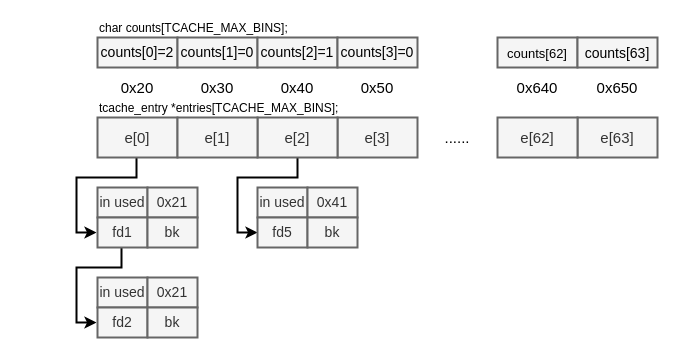
Before: CTF_pic/tcache.drawio in kokifish/pictures, a draw.io diagram. Source tidied: cells renumbered, new cells numbered last; positions are measured from the earlier drawing's top-left corner, leaving out a move shared by most shapes. Both pictures are drawn from the tidied source at 100%, with x=0, y=0 at pixel (76, 17).
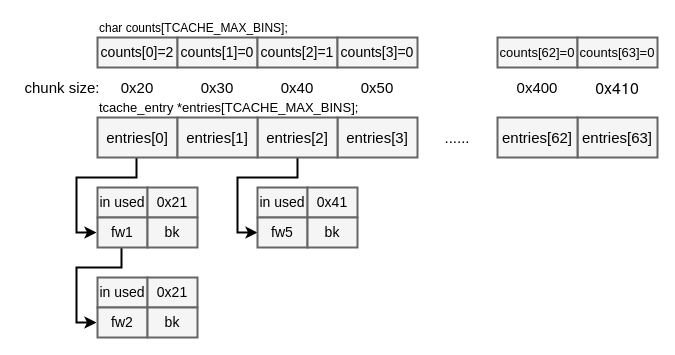
The same page after the edit.

The edit, as a diff of the source:
```diff
@@
-    <mxCell id="2" style="edgeStyle=orthogonalEdgeStyle;rounded=0;orthogonalLoop=1;jettySize=auto;html=1;exitX=0.5;exitY=1;exitDx=0;exitDy=0;entryX=0;entryY=0.5;entryDx=0;entryDy=0;fontSize=13;spacing=2;strokeWidth=2;" parent="1" edge="1">
+    <mxCell id="2" style="edgeStyle=orthogonalEdgeStyle;rounded=0;orthogonalLoop=1;jettySize=auto;html=1;exitX=0.5;exitY=1;exitDx=0;exitDy=0;entryX=0;entryY=0.5;entryDx=0;entryDy=0;fontSize=13;spacing=2;strokeWidth=2;fontColor=#000000;" parent="1" edge="1">
       <mxGeometry relative="1" as="geometry">
         <mxPoint x="60" y="140" as="sourcePoint" />
         <mxPoint x="20" y="215" as="targetPoint" />
         <Array as="points">
           <mxPoint x="60" y="160" />
           <mxPoint y="160" />
           <mxPoint y="215" />
         </Array>
       </mxGeometry>
     </mxCell>
-    <mxCell id="3" value="e[0]" style="rounded=0;whiteSpace=wrap;html=1;fillColor=#f5f5f5;strokeColor=#666666;fontColor=#333333;fontSize=15;strokeWidth=2;" parent="1" vertex="1">
+    <mxCell id="3" value="entries[0]" style="rounded=0;whiteSpace=wrap;html=1;fillColor=#f5f5f5;strokeColor=#666666;fontSize=15;strokeWidth=2;fontColor=#000000;" parent="1" vertex="1">
       <mxGeometry x="21" y="100" width="80" height="40" as="geometry" />
     </mxCell>
-    <mxCell id="4" value="&lt;span style=&quot;font-size: 15px&quot;&gt;e[63]&lt;/span&gt;" style="rounded=0;whiteSpace=wrap;html=1;fillColor=#f5f5f5;strokeColor=#666666;fontColor=#333333;fontSize=15;strokeWidth=2;" parent="1" vertex="1">
+    <mxCell id="4" value="entries[63]" style="rounded=0;whiteSpace=wrap;html=1;fillColor=#f5f5f5;strokeColor=#666666;fontSize=15;strokeWidth=2;fontColor=#000000;" parent="1" vertex="1">
       <mxGeometry x="501" y="100" width="80" height="40" as="geometry" />
     </mxCell>
-    <mxCell id="5" value="&lt;span style=&quot;font-size: 15px&quot;&gt;e[62]&lt;/span&gt;" style="rounded=0;whiteSpace=wrap;html=1;fillColor=#f5f5f5;strokeColor=#666666;fontColor=#333333;fontSize=15;strokeWidth=2;" parent="1" vertex="1">
+    <mxCell id="5" value="entries[62]" style="rounded=0;whiteSpace=wrap;html=1;fillColor=#f5f5f5;strokeColor=#666666;fontSize=15;strokeWidth=2;fontColor=#000000;" parent="1" vertex="1">
       <mxGeometry x="421" y="100" width="80" height="40" as="geometry" />
     </mxCell>
-    <mxCell id="6" value="&lt;span style=&quot;font-size: 15px&quot;&gt;e[3]&lt;/span&gt;" style="rounded=0;whiteSpace=wrap;html=1;fillColor=#f5f5f5;strokeColor=#666666;fontColor=#333333;fontSize=15;strokeWidth=2;" parent="1" vertex="1">
+    <mxCell id="6" value="entries[3]" style="rounded=0;whiteSpace=wrap;html=1;fillColor=#f5f5f5;strokeColor=#666666;fontSize=15;strokeWidth=2;fontColor=#000000;" parent="1" vertex="1">
       <mxGeometry x="261" y="100" width="80" height="40" as="geometry" />
     </mxCell>
-    <mxCell id="7" style="edgeStyle=orthogonalEdgeStyle;rounded=0;jettySize=auto;html=1;exitX=0.5;exitY=1;exitDx=0;exitDy=0;entryX=0;entryY=0.5;entryDx=0;entryDy=0;fontSize=15;strokeWidth=2;" parent="1" edge="1" source="8" target="36">
+    <mxCell id="7" style="edgeStyle=orthogonalEdgeStyle;rounded=0;jettySize=auto;html=1;exitX=0.5;exitY=1;exitDx=0;exitDy=0;entryX=0;entryY=0.5;entryDx=0;entryDy=0;fontSize=15;strokeWidth=2;fontColor=#000000;" parent="1" edge="1" source="8" target="36">
       <mxGeometry relative="1" as="geometry">
         <Array as="points">
           <mxPoint x="221" y="160" />
           <mxPoint x="161" y="160" />
           <mxPoint x="161" y="215" />
         </Array>
       </mxGeometry>
     </mxCell>
-    <mxCell id="8" value="&lt;span style=&quot;font-size: 15px&quot;&gt;e[2]&lt;/span&gt;" style="rounded=0;whiteSpace=wrap;html=1;fillColor=#f5f5f5;strokeColor=#666666;fontColor=#333333;fontSize=15;strokeWidth=2;" parent="1" vertex="1">
+    <mxCell id="8" value="entries[2]" style="rounded=0;whiteSpace=wrap;html=1;fillColor=#f5f5f5;strokeColor=#666666;fontSize=15;strokeWidth=2;fontColor=#000000;" parent="1" vertex="1">
       <mxGeometry x="181" y="100" width="80" height="40" as="geometry" />
     </mxCell>
-    <mxCell id="9" value="&lt;span style=&quot;font-size: 15px&quot;&gt;e[1]&lt;/span&gt;" style="rounded=0;whiteSpace=wrap;html=1;fillColor=#f5f5f5;strokeColor=#666666;fontColor=#333333;fontSize=15;strokeWidth=2;" parent="1" vertex="1">
+    <mxCell id="9" value="entries[1]" style="rounded=0;whiteSpace=wrap;html=1;fillColor=#f5f5f5;strokeColor=#666666;fontSize=15;strokeWidth=2;fontColor=#000000;" parent="1" vertex="1">
       <mxGeometry x="101" y="100" width="80" height="40" as="geometry" />
     </mxCell>
-    <mxCell id="10" value="&lt;font style=&quot;font-size: 15px;&quot;&gt;0x20&lt;/font&gt;" style="text;html=1;strokeColor=none;fillColor=none;align=center;verticalAlign=middle;whiteSpace=wrap;rounded=0;fontSize=15;strokeWidth=2;" parent="1" vertex="1">
+    <mxCell id="10" value="&lt;font style=&quot;font-size: 15px;&quot;&gt;0x20&lt;/font&gt;" style="text;html=1;strokeColor=none;fillColor=none;align=center;verticalAlign=middle;whiteSpace=wrap;rounded=0;fontSize=15;strokeWidth=2;fontColor=#000000;" parent="1" vertex="1">
       <mxGeometry x="41" y="60" width="40" height="20" as="geometry" />
     </mxCell>
-    <mxCell id="11" value="&lt;font style=&quot;font-size: 15px;&quot;&gt;0x30&lt;/font&gt;" style="text;html=1;strokeColor=none;fillColor=none;align=center;verticalAlign=middle;whiteSpace=wrap;rounded=0;fontSize=15;strokeWidth=2;" parent="1" vertex="1">
+    <mxCell id="11" value="&lt;font style=&quot;font-size: 15px;&quot;&gt;0x30&lt;/font&gt;" style="text;html=1;strokeColor=none;fillColor=none;align=center;verticalAlign=middle;whiteSpace=wrap;rounded=0;fontSize=15;strokeWidth=2;fontColor=#000000;" parent="1" vertex="1">
       <mxGeometry x="121" y="60" width="40" height="20" as="geometry" />
     </mxCell>
-    <mxCell id="12" value="&lt;font style=&quot;font-size: 15px;&quot;&gt;0x40&lt;/font&gt;" style="text;html=1;strokeColor=none;fillColor=none;align=center;verticalAlign=middle;whiteSpace=wrap;rounded=0;fontSize=15;strokeWidth=2;" parent="1" vertex="1">
+    <mxCell id="12" value="&lt;font style=&quot;font-size: 15px;&quot;&gt;0x40&lt;/font&gt;" style="text;html=1;strokeColor=none;fillColor=none;align=center;verticalAlign=middle;whiteSpace=wrap;rounded=0;fontSize=15;strokeWidth=2;fontColor=#000000;" parent="1" vertex="1">
       <mxGeometry x="201" y="60" width="40" height="20" as="geometry" />
     </mxCell>
-    <mxCell id="13" value="&lt;font style=&quot;font-size: 15px;&quot;&gt;0x50&lt;/font&gt;" style="text;html=1;strokeColor=none;fillColor=none;align=center;verticalAlign=middle;whiteSpace=wrap;rounded=0;fontSize=15;strokeWidth=2;" parent="1" vertex="1">
+    <mxCell id="13" value="&lt;font style=&quot;font-size: 15px;&quot;&gt;0x50&lt;/font&gt;" style="text;html=1;strokeColor=none;fillColor=none;align=center;verticalAlign=middle;whiteSpace=wrap;rounded=0;fontSize=15;strokeWidth=2;fontColor=#000000;" parent="1" vertex="1">
       <mxGeometry x="281" y="60" width="40" height="20" as="geometry" />
     </mxCell>
-    <mxCell id="14" value="&lt;font style=&quot;font-size: 15px;&quot;&gt;0x640&lt;/font&gt;" style="text;html=1;strokeColor=none;fillColor=none;align=center;verticalAlign=middle;whiteSpace=wrap;rounded=0;fontSize=15;strokeWidth=2;" parent="1" vertex="1">
+    <mxCell id="14" value="&lt;font style=&quot;font-size: 15px&quot;&gt;0x400&lt;/font&gt;" style="text;html=1;strokeColor=none;fillColor=none;align=center;verticalAlign=middle;whiteSpace=wrap;rounded=0;fontSize=15;strokeWidth=2;fontColor=#000000;" parent="1" vertex="1">
       <mxGeometry x="441" y="60" width="40" height="20" as="geometry" />
     </mxCell>
-    <mxCell id="15" value="&lt;font style=&quot;font-size: 15px;&quot;&gt;0x650&lt;/font&gt;" style="text;html=1;strokeColor=none;fillColor=none;align=center;verticalAlign=middle;whiteSpace=wrap;rounded=0;fontSize=15;strokeWidth=2;" parent="1" vertex="1">
+    <mxCell id="15" value="&lt;span style=&quot;font-family: &amp;quot;helvetica neue&amp;quot; , &amp;quot;helvetica&amp;quot; , &amp;quot;arial&amp;quot; , &amp;quot;segoe ui emoji&amp;quot; , sans-serif ; font-size: 16px ; text-align: left&quot;&gt;0x410&lt;/span&gt;" style="text;html=1;strokeColor=none;fillColor=none;align=center;verticalAlign=middle;whiteSpace=wrap;rounded=0;fontSize=15;strokeWidth=2;fontColor=#000000;" parent="1" vertex="1">
       <mxGeometry x="521" y="60" width="40" height="20" as="geometry" />
     </mxCell>
-    <mxCell id="16" value="in used" style="rounded=0;whiteSpace=wrap;html=1;fillColor=#f5f5f5;strokeColor=#666666;fontColor=#333333;fontSize=14;strokeWidth=2;" parent="1" vertex="1">
+    <mxCell id="16" value="in used" style="rounded=0;whiteSpace=wrap;html=1;fillColor=#f5f5f5;strokeColor=#666666;fontSize=14;strokeWidth=2;fontColor=#000000;" parent="1" vertex="1">
       <mxGeometry x="21" y="170" width="50" height="30" as="geometry" />
     </mxCell>
-    <mxCell id="17" value="0x21" style="rounded=0;whiteSpace=wrap;html=1;fillColor=#f5f5f5;strokeColor=#666666;fontColor=#333333;fontSize=14;strokeWidth=2;" parent="1" vertex="1">
+    <mxCell id="17" value="0x21" style="rounded=0;whiteSpace=wrap;html=1;fillColor=#f5f5f5;strokeColor=#666666;fontSize=14;strokeWidth=2;fontColor=#000000;" parent="1" vertex="1">
       <mxGeometry x="71" y="170" width="50" height="30" as="geometry" />
     </mxCell>
-    <mxCell id="18" style="edgeStyle=orthogonalEdgeStyle;rounded=0;orthogonalLoop=1;jettySize=auto;html=1;exitX=0.5;exitY=1;exitDx=0;exitDy=0;entryX=0;entryY=0.5;entryDx=0;entryDy=0;fontSize=14;spacing=2;strokeWidth=2;" parent="1" edge="1">
+    <mxCell id="18" style="edgeStyle=orthogonalEdgeStyle;rounded=0;orthogonalLoop=1;jettySize=auto;html=1;exitX=0.5;exitY=1;exitDx=0;exitDy=0;entryX=0;entryY=0.5;entryDx=0;entryDy=0;fontSize=14;spacing=2;strokeWidth=2;fontColor=#000000;" parent="1" edge="1">
       <mxGeometry relative="1" as="geometry">
         <mxPoint x="45" y="230" as="sourcePoint" />
         <mxPoint x="20" y="305" as="targetPoint" />
         <Array as="points">
           <mxPoint x="45" y="250" />
           <mxPoint y="250" />
           <mxPoint y="305" />
         </Array>
       </mxGeometry>
     </mxCell>
-    <mxCell id="19" value="fd1" style="rounded=0;whiteSpace=wrap;html=1;fillColor=#f5f5f5;strokeColor=#666666;fontColor=#333333;fontSize=14;strokeWidth=2;" parent="1" vertex="1">
+    <mxCell id="19" value="fw1" style="rounded=0;whiteSpace=wrap;html=1;fillColor=#f5f5f5;strokeColor=#666666;fontSize=14;strokeWidth=2;fontColor=#000000;" parent="1" vertex="1">
       <mxGeometry x="21" y="200" width="50" height="30" as="geometry" />
     </mxCell>
-    <mxCell id="20" value="bk" style="rounded=0;whiteSpace=wrap;html=1;fillColor=#f5f5f5;strokeColor=#666666;fontColor=#333333;fontSize=14;strokeWidth=2;" parent="1" vertex="1">
+    <mxCell id="20" value="bk" style="rounded=0;whiteSpace=wrap;html=1;fillColor=#f5f5f5;strokeColor=#666666;fontSize=14;strokeWidth=2;fontColor=#000000;" parent="1" vertex="1">
       <mxGeometry x="71" y="200" width="50" height="30" as="geometry" />
     </mxCell>
-    <mxCell id="21" value="in used" style="rounded=0;whiteSpace=wrap;html=1;fillColor=#f5f5f5;strokeColor=#666666;fontColor=#333333;fontSize=14;strokeWidth=2;" parent="1" vertex="1">
+    <mxCell id="21" value="in used" style="rounded=0;whiteSpace=wrap;html=1;fillColor=#f5f5f5;strokeColor=#666666;fontSize=14;strokeWidth=2;fontColor=#000000;" parent="1" vertex="1">
       <mxGeometry x="21" y="260" width="50" height="30" as="geometry" />
     </mxCell>
-    <mxCell id="22" value="0x21" style="rounded=0;whiteSpace=wrap;html=1;fillColor=#f5f5f5;strokeColor=#666666;fontColor=#333333;fontSize=14;strokeWidth=2;" parent="1" vertex="1">
+    <mxCell id="22" value="0x21" style="rounded=0;whiteSpace=wrap;html=1;fillColor=#f5f5f5;strokeColor=#666666;fontSize=14;strokeWidth=2;fontColor=#000000;" parent="1" vertex="1">
       <mxGeometry x="71" y="260" width="50" height="30" as="geometry" />
     </mxCell>
-    <mxCell id="23" value="fd2" style="rounded=0;whiteSpace=wrap;html=1;fillColor=#f5f5f5;strokeColor=#666666;fontColor=#333333;fontSize=14;strokeWidth=2;" parent="1" vertex="1">
+    <mxCell id="23" value="fw2" style="rounded=0;whiteSpace=wrap;html=1;fillColor=#f5f5f5;strokeColor=#666666;fontSize=14;strokeWidth=2;fontColor=#000000;" parent="1" vertex="1">
       <mxGeometry x="21" y="290" width="50" height="30" as="geometry" />
     </mxCell>
-    <mxCell id="24" value="&lt;span style=&quot;font-size: 14px;&quot;&gt;bk&lt;/span&gt;" style="rounded=0;whiteSpace=wrap;html=1;fillColor=#f5f5f5;strokeColor=#666666;fontColor=#333333;fontSize=14;strokeWidth=2;" parent="1" vertex="1">
+    <mxCell id="24" value="&lt;span style=&quot;font-size: 14px;&quot;&gt;bk&lt;/span&gt;" style="rounded=0;whiteSpace=wrap;html=1;fillColor=#f5f5f5;strokeColor=#666666;fontSize=14;strokeWidth=2;fontColor=#000000;" parent="1" vertex="1">
       <mxGeometry x="71" y="290" width="50" height="30" as="geometry" />
     </mxCell>
-    <mxCell id="25" value="......" style="text;html=1;strokeColor=none;fillColor=none;align=center;verticalAlign=middle;whiteSpace=wrap;rounded=0;fontSize=15;strokeWidth=2;" parent="1" vertex="1">
+    <mxCell id="25" value="......" style="text;html=1;strokeColor=none;fillColor=none;align=center;verticalAlign=middle;whiteSpace=wrap;rounded=0;fontSize=15;strokeWidth=2;fontColor=#000000;" parent="1" vertex="1">
       <mxGeometry x="361" y="110" width="40" height="20" as="geometry" />
     </mxCell>
-    <mxCell id="26" value="&lt;font color=&quot;#000000&quot; style=&quot;font-size: 14px;&quot;&gt;&lt;span style=&quot;font-family: helvetica; font-size: 14px;&quot;&gt;counts[0]=&lt;/span&gt;2&lt;/font&gt;" style="rounded=0;whiteSpace=wrap;html=1;fillColor=#f5f5f5;strokeColor=#666666;fontColor=#333333;fontSize=14;strokeWidth=2;" parent="1" vertex="1">
+    <mxCell id="26" value="&lt;font style=&quot;font-size: 14px;&quot;&gt;&lt;span style=&quot;font-family: helvetica; font-size: 14px;&quot;&gt;counts[0]=&lt;/span&gt;2&lt;/font&gt;" style="rounded=0;whiteSpace=wrap;html=1;fillColor=#f5f5f5;strokeColor=#666666;fontSize=14;strokeWidth=2;fontColor=#000000;" parent="1" vertex="1">
       <mxGeometry x="21" y="20" width="80" height="30" as="geometry" />
     </mxCell>
-    <mxCell id="27" value="&lt;font style=&quot;font-size: 12px&quot;&gt;tcache_entry *entries[TCACHE_MAX_BINS];&lt;/font&gt;" style="text;html=1;strokeColor=none;fillColor=none;align=left;verticalAlign=middle;whiteSpace=wrap;rounded=0;fontSize=13;strokeWidth=2;" parent="1" vertex="1">
+    <mxCell id="27" value="&lt;font style=&quot;font-size: 13px&quot;&gt;tcache_entry *entries[TCACHE_MAX_BINS];&lt;/font&gt;" style="text;html=1;strokeColor=none;fillColor=none;align=left;verticalAlign=middle;whiteSpace=wrap;rounded=0;fontSize=13;strokeWidth=2;fontColor=#000000;" parent="1" vertex="1">
       <mxGeometry x="21" y="80" width="270" height="20" as="geometry" />
     </mxCell>
-    <mxCell id="28" value="&lt;font style=&quot;font-size: 12px&quot;&gt;char counts[TCACHE_MAX_BINS];&lt;/font&gt;" style="text;html=1;strokeColor=none;fillColor=none;align=left;verticalAlign=middle;whiteSpace=wrap;rounded=0;fontSize=13;strokeWidth=2;" parent="1" vertex="1">
+    <mxCell id="28" value="&lt;font style=&quot;font-size: 12px&quot;&gt;char counts[TCACHE_MAX_BINS];&lt;/font&gt;" style="text;html=1;strokeColor=none;fillColor=none;align=left;verticalAlign=middle;whiteSpace=wrap;rounded=0;fontSize=13;strokeWidth=2;fontColor=#000000;" parent="1" vertex="1">
       <mxGeometry x="21" width="210" height="20" as="geometry" />
     </mxCell>
-    <mxCell id="29" value="&lt;font color=&quot;#000000&quot; style=&quot;font-size: 14px;&quot;&gt;&lt;span style=&quot;font-family: helvetica; font-size: 14px;&quot;&gt;counts[1]=&lt;/span&gt;&lt;span style=&quot;font-size: 14px;&quot;&gt;0&lt;/span&gt;&lt;/font&gt;" style="rounded=0;whiteSpace=wrap;html=1;fillColor=#f5f5f5;strokeColor=#666666;fontColor=#333333;fontSize=14;strokeWidth=2;" parent="1" vertex="1">
+    <mxCell id="29" value="&lt;font style=&quot;font-size: 14px;&quot;&gt;&lt;span style=&quot;font-family: helvetica; font-size: 14px;&quot;&gt;counts[1]=&lt;/span&gt;&lt;span style=&quot;font-size: 14px;&quot;&gt;0&lt;/span&gt;&lt;/font&gt;" style="rounded=0;whiteSpace=wrap;html=1;fillColor=#f5f5f5;strokeColor=#666666;fontSize=14;strokeWidth=2;fontColor=#000000;" parent="1" vertex="1">
       <mxGeometry x="101" y="20" width="80" height="30" as="geometry" />
     </mxCell>
-    <mxCell id="30" value="&lt;font color=&quot;#000000&quot; style=&quot;font-size: 14px;&quot;&gt;&lt;span style=&quot;font-family: helvetica; font-size: 14px;&quot;&gt;counts[2]=&lt;/span&gt;&lt;span style=&quot;font-size: 14px;&quot;&gt;1&lt;/span&gt;&lt;/font&gt;" style="rounded=0;whiteSpace=wrap;html=1;fillColor=#f5f5f5;strokeColor=#666666;fontColor=#333333;fontSize=14;strokeWidth=2;" parent="1" vertex="1">
+    <mxCell id="30" value="&lt;font style=&quot;font-size: 14px;&quot;&gt;&lt;span style=&quot;font-family: helvetica; font-size: 14px;&quot;&gt;counts[2]=&lt;/span&gt;&lt;span style=&quot;font-size: 14px;&quot;&gt;1&lt;/span&gt;&lt;/font&gt;" style="rounded=0;whiteSpace=wrap;html=1;fillColor=#f5f5f5;strokeColor=#666666;fontSize=14;strokeWidth=2;fontColor=#000000;" parent="1" vertex="1">
       <mxGeometry x="181" y="20" width="80" height="30" as="geometry" />
     </mxCell>
-    <mxCell id="31" value="&lt;font color=&quot;#000000&quot; style=&quot;font-size: 14px;&quot;&gt;&lt;span style=&quot;font-family: helvetica; font-size: 14px;&quot;&gt;counts[3]=&lt;/span&gt;&lt;span style=&quot;font-size: 14px;&quot;&gt;0&lt;/span&gt;&lt;/font&gt;" style="rounded=0;whiteSpace=wrap;html=1;fillColor=#f5f5f5;strokeColor=#666666;fontColor=#333333;fontSize=14;strokeWidth=2;" parent="1" vertex="1">
+    <mxCell id="31" value="&lt;font style=&quot;font-size: 14px;&quot;&gt;&lt;span style=&quot;font-family: helvetica; font-size: 14px;&quot;&gt;counts[3]=&lt;/span&gt;&lt;span style=&quot;font-size: 14px;&quot;&gt;0&lt;/span&gt;&lt;/font&gt;" style="rounded=0;whiteSpace=wrap;html=1;fillColor=#f5f5f5;strokeColor=#666666;fontSize=14;strokeWidth=2;fontColor=#000000;" parent="1" vertex="1">
       <mxGeometry x="261" y="20" width="80" height="30" as="geometry" />
     </mxCell>
-    <mxCell id="32" value="&lt;span style=&quot;font-family: &amp;#34;helvetica&amp;#34;&quot;&gt;&lt;font color=&quot;#000000&quot; style=&quot;font-size: 13px&quot;&gt;counts[62]&lt;/font&gt;&lt;/span&gt;" style="rounded=0;whiteSpace=wrap;html=1;fillColor=#f5f5f5;strokeColor=#666666;fontColor=#333333;fontSize=15;strokeWidth=2;" parent="1" vertex="1">
+    <mxCell id="32" value="&lt;span style=&quot;font-family: &amp;quot;helvetica&amp;quot;&quot;&gt;&lt;font style=&quot;font-size: 13px&quot;&gt;counts[62]=0&lt;/font&gt;&lt;/span&gt;" style="rounded=0;whiteSpace=wrap;html=1;fillColor=#f5f5f5;strokeColor=#666666;fontSize=14;strokeWidth=2;fontColor=#000000;" parent="1" vertex="1">
       <mxGeometry x="421" y="20" width="80" height="30" as="geometry" />
     </mxCell>
-    <mxCell id="33" value="&lt;span style=&quot;font-family: &amp;#34;helvetica&amp;#34;&quot;&gt;&lt;font color=&quot;#000000&quot; style=&quot;font-size: 14px&quot;&gt;counts[63]&lt;/font&gt;&lt;/span&gt;" style="rounded=0;whiteSpace=wrap;html=1;fillColor=#f5f5f5;strokeColor=#666666;fontColor=#333333;fontSize=15;strokeWidth=2;" parent="1" vertex="1">
+    <mxCell id="33" value="&lt;span style=&quot;font-family: &amp;quot;helvetica&amp;quot;&quot;&gt;&lt;font style=&quot;font-size: 13px&quot;&gt;counts[63]=0&lt;/font&gt;&lt;/span&gt;" style="rounded=0;whiteSpace=wrap;html=1;fillColor=#f5f5f5;strokeColor=#666666;fontSize=14;strokeWidth=2;fontColor=#000000;" parent="1" vertex="1">
       <mxGeometry x="501" y="20" width="80" height="30" as="geometry" />
     </mxCell>
-    <mxCell id="34" value="in used" style="rounded=0;whiteSpace=wrap;html=1;fillColor=#f5f5f5;strokeColor=#666666;fontColor=#333333;fontSize=14;strokeWidth=2;" parent="1" vertex="1">
+    <mxCell id="34" value="in used" style="rounded=0;whiteSpace=wrap;html=1;fillColor=#f5f5f5;strokeColor=#666666;fontSize=14;strokeWidth=2;fontColor=#000000;" parent="1" vertex="1">
       <mxGeometry x="181" y="170" width="50" height="30" as="geometry" />
     </mxCell>
-    <mxCell id="35" value="0x41" style="rounded=0;whiteSpace=wrap;html=1;fillColor=#f5f5f5;strokeColor=#666666;fontColor=#333333;fontSize=14;strokeWidth=2;" parent="1" vertex="1">
+    <mxCell id="35" value="0x41" style="rounded=0;whiteSpace=wrap;html=1;fillColor=#f5f5f5;strokeColor=#666666;fontSize=14;strokeWidth=2;fontColor=#000000;" parent="1" vertex="1">
       <mxGeometry x="231" y="170" width="50" height="30" as="geometry" />
     </mxCell>
-    <mxCell id="36" value="fd5" style="rounded=0;whiteSpace=wrap;html=1;fillColor=#f5f5f5;strokeColor=#666666;fontColor=#333333;fontSize=14;strokeWidth=2;" parent="1" vertex="1">
+    <mxCell id="36" value="fw5" style="rounded=0;whiteSpace=wrap;html=1;fillColor=#f5f5f5;strokeColor=#666666;fontSize=14;strokeWidth=2;fontColor=#000000;" parent="1" vertex="1">
       <mxGeometry x="181" y="200" width="50" height="30" as="geometry" />
     </mxCell>
-    <mxCell id="37" value="&lt;span style=&quot;font-size: 14px;&quot;&gt;bk&lt;/span&gt;" style="rounded=0;whiteSpace=wrap;html=1;fillColor=#f5f5f5;strokeColor=#666666;fontColor=#333333;fontSize=14;strokeWidth=2;" parent="1" vertex="1">
+    <mxCell id="37" value="&lt;span style=&quot;font-size: 14px;&quot;&gt;bk&lt;/span&gt;" style="rounded=0;whiteSpace=wrap;html=1;fillColor=#f5f5f5;strokeColor=#666666;fontSize=14;strokeWidth=2;fontColor=#000000;" parent="1" vertex="1">
       <mxGeometry x="231" y="200" width="50" height="30" as="geometry" />
     </mxCell>
+    <mxCell id="38" value="chunk size:" style="text;html=1;strokeColor=none;fillColor=none;align=center;verticalAlign=middle;whiteSpace=wrap;rounded=0;fontSize=15;fontColor=#000000;" parent="1" vertex="1">
+      <mxGeometry x="-59" y="60" width="90" height="20" as="geometry" />
+    </mxCell>
```
